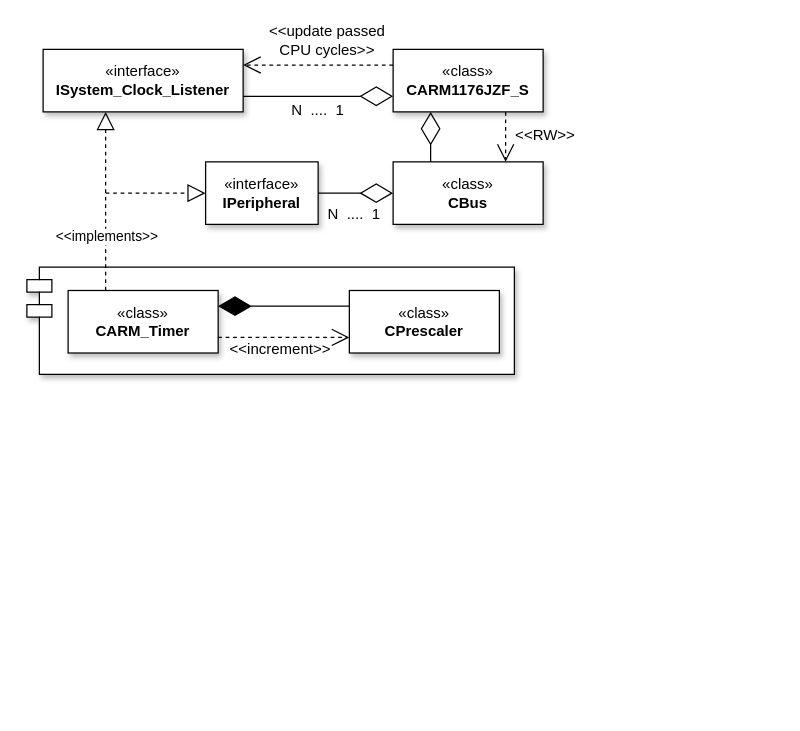
The draw.io diagram docs/diagrams/peripherals/arm_timer/arm_timer.drawio in silhavyj/ZeroMate, before the edit. Source tidied: cells renumbered, new cells numbered last; positions are measured from the earlier drawing's top-left corner, leaving out a move shared by most shapes. Both pictures are drawn from the tidied source at 125%, with x=0, y=0 at pixel (26, 21).
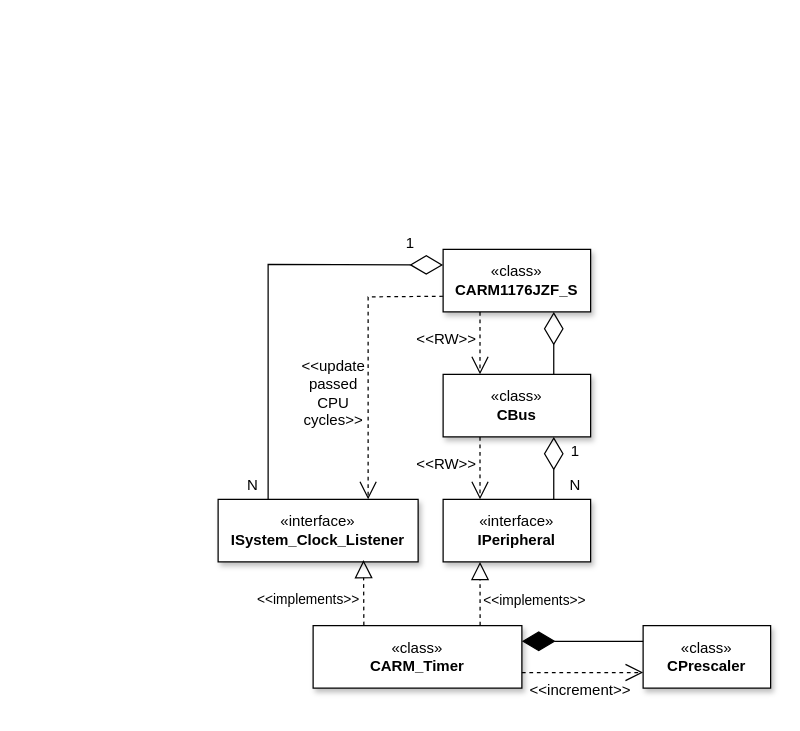
After the change.

Commit message (it also covers changes not shown here):
Modified UML diagrams

What changed in the source:
```diff
@@
-    <mxCell id="2" style="shape=module;align=left;spacingLeft=20;align=center;verticalAlign=top;whiteSpace=wrap;html=1;shadow=1;fontFamily=Computer Modern;" parent="1" vertex="1">
-      <mxGeometry y="196.2" width="390" height="85.8" as="geometry" />
-    </mxCell>
+    <mxCell id="4" value="«class»&lt;br&gt;&lt;b&gt;CARM1176JZF_S&lt;/b&gt;" style="html=1;whiteSpace=wrap;fontFamily=Computer Modern;shadow=1;" parent="1" vertex="1">
+      <mxGeometry x="333" y="182" width="118" height="50" as="geometry" />
+    </mxCell>
     <mxCell id="3" value="«interface»&lt;br&gt;&lt;b&gt;ISystem_Clock_Listener&lt;/b&gt;" style="html=1;whiteSpace=wrap;fontFamily=Computer Modern;shadow=1;" parent="1" vertex="1">
-      <mxGeometry x="13" y="22" width="160" height="50" as="geometry" />
+      <mxGeometry x="153" y="382" width="160" height="50" as="geometry" />
     </mxCell>
-    <mxCell id="4" value="«class»&lt;br&gt;&lt;b&gt;CARM1176JZF_S&lt;/b&gt;" style="html=1;whiteSpace=wrap;fontFamily=Computer Modern;shadow=1;" parent="1" vertex="1">
-      <mxGeometry x="293" y="22" width="120" height="50" as="geometry" />
-    </mxCell>
+    <mxCell id="18" value="«interface»&lt;br&gt;&lt;b&gt;IPeripheral&lt;/b&gt;" style="html=1;whiteSpace=wrap;fontFamily=Computer Modern;shadow=1;" parent="1" vertex="1">
+      <mxGeometry x="333" y="382" width="118" height="50" as="geometry" />
+    </mxCell>
+    <mxCell id="16" value="«class»&lt;br&gt;&lt;b&gt;CBus&lt;/b&gt;" style="html=1;whiteSpace=wrap;fontFamily=Computer Modern;shadow=1;" parent="1" vertex="1">
+      <mxGeometry x="333" y="282" width="118" height="50" as="geometry" />
+    </mxCell>
+    <mxCell id="6" value="«class»&lt;br&gt;&lt;b&gt;CARM_Timer&lt;/b&gt;" style="html=1;whiteSpace=wrap;fontFamily=Computer Modern;shadow=1;" parent="1" vertex="1">
+      <mxGeometry x="229" y="483" width="167" height="50" as="geometry" />
+    </mxCell>
+    <mxCell id="9" value="«class»&lt;br&gt;&lt;b&gt;CPrescaler&lt;/b&gt;" style="html=1;whiteSpace=wrap;fontFamily=Computer Modern;shadow=1;" parent="1" vertex="1">
+      <mxGeometry x="493" y="483" width="102" height="50" as="geometry" />
+    </mxCell>
+    <mxCell id="24" style="endArrow=block;dashed=1;endFill=0;endSize=12;html=1;rounded=0;entryX=0.727;entryY=0.971;entryDx=0;entryDy=0;fontFamily=Computer Modern;entryPerimeter=0;exitX=0.243;exitY=-0.004;exitDx=0;exitDy=0;exitPerimeter=0;" parent="1" edge="1" source="6" target="3">
+      <mxGeometry relative="1" as="geometry" />
+    </mxCell>
+    <mxCell id="25" value="&amp;lt;&amp;lt;implements&amp;gt;&amp;gt;" style="edgeLabel;html=1;align=center;verticalAlign=middle;fontFamily=Computer Modern;" parent="24" vertex="1">
+      <mxGeometry x="-0.25" y="-2" relative="1" as="geometry">
+        <mxPoint x="-47" y="-1" as="offset" />
+      </mxGeometry>
+    </mxCell>
+    <mxCell id="26" style="endArrow=block;dashed=1;endFill=0;endSize=12;html=1;rounded=0;fontFamily=Computer Modern;exitX=0.8;exitY=-0.002;exitDx=0;exitDy=0;entryX=0.25;entryY=1;entryDx=0;entryDy=0;exitPerimeter=0;" parent="1" edge="1" source="6" target="18">
+      <mxGeometry relative="1" as="geometry" />
+    </mxCell>
+    <mxCell id="27" value="&amp;lt;&amp;lt;implements&amp;gt;&amp;gt;" style="edgeLabel;html=1;align=center;verticalAlign=middle;fontFamily=Computer Modern;" parent="26" vertex="1">
+      <mxGeometry x="-0.25" y="-2" relative="1" as="geometry">
+        <mxPoint x="41" y="-1" as="offset" />
+      </mxGeometry>
+    </mxCell>
+    <mxCell id="19" style="endArrow=diamondThin;endFill=0;endSize=24;html=1;rounded=0;fontFamily=Computer Modern;entryX=0.75;entryY=1;entryDx=0;entryDy=0;exitX=0.75;exitY=0;exitDx=0;exitDy=0;" parent="1" edge="1" source="18" target="16">
+      <mxGeometry relative="1" as="geometry" />
+    </mxCell>
+    <mxCell id="28" style="endArrow=open;endSize=12;dashed=1;html=1;rounded=0;fontFamily=Computer Modern;exitX=0.25;exitY=1;exitDx=0;exitDy=0;entryX=0.25;entryY=0;entryDx=0;entryDy=0;" parent="1" edge="1" source="16" target="18">
+      <mxGeometry relative="1" as="geometry" />
+    </mxCell>
+    <mxCell id="22" style="endArrow=open;endSize=12;dashed=1;html=1;rounded=0;fontFamily=Computer Modern;exitX=0.25;exitY=1;exitDx=0;exitDy=0;entryX=0.25;entryY=0;entryDx=0;entryDy=0;" parent="1" edge="1" source="4" target="16">
+      <mxGeometry relative="1" as="geometry" />
+    </mxCell>
+    <mxCell id="17" style="endArrow=diamondThin;endFill=0;endSize=24;html=1;rounded=0;fontFamily=Computer Modern;entryX=0.75;entryY=1;entryDx=0;entryDy=0;exitX=0.75;exitY=0;exitDx=0;exitDy=0;" parent="1" edge="1" source="16" target="4">
+      <mxGeometry relative="1" as="geometry" />
+    </mxCell>
-    <mxCell id="5" style="endArrow=diamondThin;endFill=0;endSize=24;html=1;rounded=0;exitX=1;exitY=0.75;exitDx=0;exitDy=0;entryX=0;entryY=0.75;entryDx=0;entryDy=0;fontFamily=Computer Modern;" parent="1" edge="1" source="3" target="4">
-      <mxGeometry relative="1" as="geometry" />
+    <mxCell id="5" style="endArrow=diamondThin;endFill=0;endSize=24;html=1;rounded=0;fontFamily=Computer Modern;entryX=0;entryY=0.25;entryDx=0;entryDy=0;exitX=0.25;exitY=0;exitDx=0;exitDy=0;" parent="1" edge="1" source="3" target="4">
+      <mxGeometry relative="1" as="geometry">
+        <Array as="points">
+          <mxPoint x="193" y="194" />
+        </Array>
+      </mxGeometry>
     </mxCell>
-    <mxCell id="6" value="«class»&lt;br&gt;&lt;b&gt;CARM_Timer&lt;/b&gt;" style="html=1;whiteSpace=wrap;fontFamily=Computer Modern;shadow=1;" parent="1" vertex="1">
-      <mxGeometry x="33" y="214.9" width="120" height="50" as="geometry" />
-    </mxCell>
-    <mxCell id="7" style="endArrow=block;dashed=1;endFill=0;endSize=12;html=1;rounded=0;entryX=0.5;entryY=1;entryDx=0;entryDy=0;fontFamily=Computer Modern;" parent="1" edge="1">
-      <mxGeometry relative="1" as="geometry">
-        <mxPoint x="63" y="214.9" as="sourcePoint" />
-        <mxPoint x="63" y="72" as="targetPoint" />
-      </mxGeometry>
-    </mxCell>
-    <mxCell id="8" value="&amp;lt;&amp;lt;implements&amp;gt;&amp;gt;" style="edgeLabel;html=1;align=center;verticalAlign=middle;fontFamily=Computer Modern;" parent="7" vertex="1">
-      <mxGeometry x="-0.25" y="-2" relative="1" as="geometry">
-        <mxPoint x="-2" y="11" as="offset" />
-      </mxGeometry>
-    </mxCell>
-    <mxCell id="9" value="«class»&lt;br&gt;&lt;b&gt;CPrescaler&lt;/b&gt;" style="html=1;whiteSpace=wrap;fontFamily=Computer Modern;shadow=1;" parent="1" vertex="1">
-      <mxGeometry x="258" y="214.9" width="120" height="50" as="geometry" />
-    </mxCell>
+    <mxCell id="11" style="endArrow=open;endSize=12;dashed=1;html=1;rounded=0;fontFamily=Computer Modern;exitX=0;exitY=0.75;exitDx=0;exitDy=0;entryX=0.75;entryY=0;entryDx=0;entryDy=0;" parent="1" edge="1" source="4" target="3">
+      <mxGeometry relative="1" as="geometry">
+        <Array as="points">
+          <mxPoint x="273" y="220" />
+        </Array>
+      </mxGeometry>
+    </mxCell>
-    <mxCell id="10" style="endArrow=diamondThin;endFill=1;endSize=24;html=1;rounded=0;entryX=1;entryY=0.25;entryDx=0;entryDy=0;exitX=0;exitY=0.25;exitDx=0;exitDy=0;fontFamily=Computer Modern;" parent="1" edge="1" source="9" target="6">
+    <mxCell id="10" style="endArrow=diamondThin;endFill=1;endSize=24;html=1;rounded=0;entryX=1;entryY=0.25;entryDx=0;entryDy=0;fontFamily=Computer Modern;exitX=0;exitY=0.25;exitDx=0;exitDy=0;" parent="1" edge="1" source="9" target="6">
       <mxGeometry relative="1" as="geometry" />
     </mxCell>
-    <mxCell id="11" style="endArrow=open;endSize=12;dashed=1;html=1;rounded=0;entryX=1;entryY=0.25;entryDx=0;entryDy=0;exitX=0;exitY=0.25;exitDx=0;exitDy=0;fontFamily=Computer Modern;" parent="1" edge="1" source="4" target="3">
-      <mxGeometry relative="1" as="geometry" />
-    </mxCell>
@@
-    <mxCell id="13" value="N&amp;nbsp; ....&amp;nbsp; 1" style="text;html=1;strokeColor=none;fillColor=none;align=center;verticalAlign=middle;whiteSpace=wrap;rounded=0;fontFamily=Computer Modern;" parent="1" vertex="1">
-      <mxGeometry x="203" y="56" width="60" height="30" as="geometry" />
-    </mxCell>
+    <mxCell id="29" value="1" style="text;html=1;strokeColor=none;fillColor=none;align=center;verticalAlign=middle;whiteSpace=wrap;rounded=0;fontFamily=Computer Modern;" parent="1" vertex="1">
+      <mxGeometry x="433" y="339" width="12" height="10" as="geometry" />
+    </mxCell>
+    <mxCell id="30" value="N" style="text;html=1;strokeColor=none;fillColor=none;align=center;verticalAlign=middle;whiteSpace=wrap;rounded=0;fontFamily=Computer Modern;" parent="1" vertex="1">
+      <mxGeometry x="433" y="366" width="12" height="10" as="geometry" />
+    </mxCell>
+    <mxCell id="31" value="1" style="text;html=1;strokeColor=none;fillColor=none;align=center;verticalAlign=middle;whiteSpace=wrap;rounded=0;fontFamily=Computer Modern;" parent="1" vertex="1">
+      <mxGeometry x="301" y="172" width="12" height="10" as="geometry" />
+    </mxCell>
+    <mxCell id="32" value="N" style="text;html=1;strokeColor=none;fillColor=none;align=center;verticalAlign=middle;whiteSpace=wrap;rounded=0;fontFamily=Computer Modern;" parent="1" vertex="1">
+      <mxGeometry x="175" y="366" width="12" height="10" as="geometry" />
+    </mxCell>
-    <mxCell id="14" value="&amp;lt;&amp;lt;update passed &lt;br&gt;CPU cycles&amp;gt;&amp;gt;" style="text;html=1;strokeColor=none;fillColor=none;align=center;verticalAlign=middle;whiteSpace=wrap;rounded=0;fontFamily=Computer Modern;" parent="1" vertex="1">
-      <mxGeometry x="173" width="135" height="30" as="geometry" />
+    <mxCell id="14" value="&amp;lt;&amp;lt;update &lt;br&gt;passed &lt;br&gt;CPU &lt;br&gt;cycles&amp;gt;&amp;gt;" style="text;html=1;strokeColor=none;fillColor=none;align=center;verticalAlign=middle;whiteSpace=wrap;rounded=0;fontFamily=Computer Modern;" parent="1" vertex="1">
+      <mxGeometry x="208" y="282" width="75" height="30" as="geometry" />
     </mxCell>
+    <mxCell id="33" value="&amp;lt;&amp;lt;RW&amp;gt;&amp;gt;" style="text;html=1;strokeColor=none;fillColor=none;align=center;verticalAlign=middle;whiteSpace=wrap;rounded=0;fontFamily=Computer Modern;" parent="1" vertex="1">
+      <mxGeometry x="291" y="239" width="90" height="30" as="geometry" />
+    </mxCell>
+    <mxCell id="34" value="&amp;lt;&amp;lt;RW&amp;gt;&amp;gt;" style="text;html=1;strokeColor=none;fillColor=none;align=center;verticalAlign=middle;whiteSpace=wrap;rounded=0;fontFamily=Computer Modern;" parent="1" vertex="1">
+      <mxGeometry x="291" y="339" width="90" height="30" as="geometry" />
+    </mxCell>
     <mxCell id="15" value="&amp;lt;&amp;lt;increment&amp;gt;&amp;gt;" style="text;html=1;strokeColor=none;fillColor=none;align=center;verticalAlign=middle;whiteSpace=wrap;rounded=0;fontFamily=Computer Modern;" parent="1" vertex="1">
-      <mxGeometry x="173" y="246.9" width="60" height="30" as="geometry" />
+      <mxGeometry x="413" y="520" width="60" height="30" as="geometry" />
     </mxCell>
-    <mxCell id="16" value="«class»&lt;br&gt;&lt;b&gt;CBus&lt;/b&gt;" style="html=1;whiteSpace=wrap;fontFamily=Computer Modern;shadow=1;" parent="1" vertex="1">
-      <mxGeometry x="293" y="112" width="120" height="50" as="geometry" />
-    </mxCell>
-    <mxCell id="17" style="endArrow=diamondThin;endFill=0;endSize=24;html=1;rounded=0;exitX=0.25;exitY=0;exitDx=0;exitDy=0;entryX=0.25;entryY=1;entryDx=0;entryDy=0;fontFamily=Computer Modern;" parent="1" edge="1" source="16" target="4">
-      <mxGeometry relative="1" as="geometry" />
-    </mxCell>
-    <mxCell id="18" value="«interface»&lt;br&gt;&lt;b&gt;IPeripheral&lt;/b&gt;" style="html=1;whiteSpace=wrap;fontFamily=Computer Modern;shadow=1;" parent="1" vertex="1">
-      <mxGeometry x="143" y="112" width="90" height="50" as="geometry" />
-    </mxCell>
-    <mxCell id="19" style="endArrow=diamondThin;endFill=0;endSize=24;html=1;rounded=0;exitX=1;exitY=0.5;exitDx=0;exitDy=0;fontFamily=Computer Modern;" parent="1" edge="1" source="18" target="16">
-      <mxGeometry relative="1" as="geometry" />
-    </mxCell>
-    <mxCell id="20" value="N&amp;nbsp; ....&amp;nbsp; 1" style="text;html=1;strokeColor=none;fillColor=none;align=center;verticalAlign=middle;whiteSpace=wrap;rounded=0;fontFamily=Computer Modern;" parent="1" vertex="1">
-      <mxGeometry x="232" y="139" width="60" height="30" as="geometry" />
-    </mxCell>
-    <mxCell id="21" style="endArrow=block;dashed=1;endFill=0;endSize=12;html=1;rounded=0;entryX=0;entryY=0.5;entryDx=0;entryDy=0;fontFamily=Computer Modern;" parent="1" edge="1" target="18">
-      <mxGeometry relative="1" as="geometry">
-        <mxPoint x="63" y="137" as="sourcePoint" />
-      </mxGeometry>
-    </mxCell>
-    <mxCell id="22" style="endArrow=open;endSize=12;dashed=1;html=1;rounded=0;entryX=0.75;entryY=0;entryDx=0;entryDy=0;exitX=0.75;exitY=1;exitDx=0;exitDy=0;fontFamily=Computer Modern;" parent="1" edge="1" source="4" target="16">
-      <mxGeometry relative="1" as="geometry" />
-    </mxCell>
-    <mxCell id="23" value="&amp;lt;&amp;lt;RW&amp;gt;&amp;gt;" style="text;html=1;strokeColor=none;fillColor=none;align=center;verticalAlign=middle;whiteSpace=wrap;rounded=0;fontFamily=Computer Modern;" parent="1" vertex="1">
-      <mxGeometry x="370" y="76" width="90" height="30" as="geometry" />
-    </mxCell>
```
